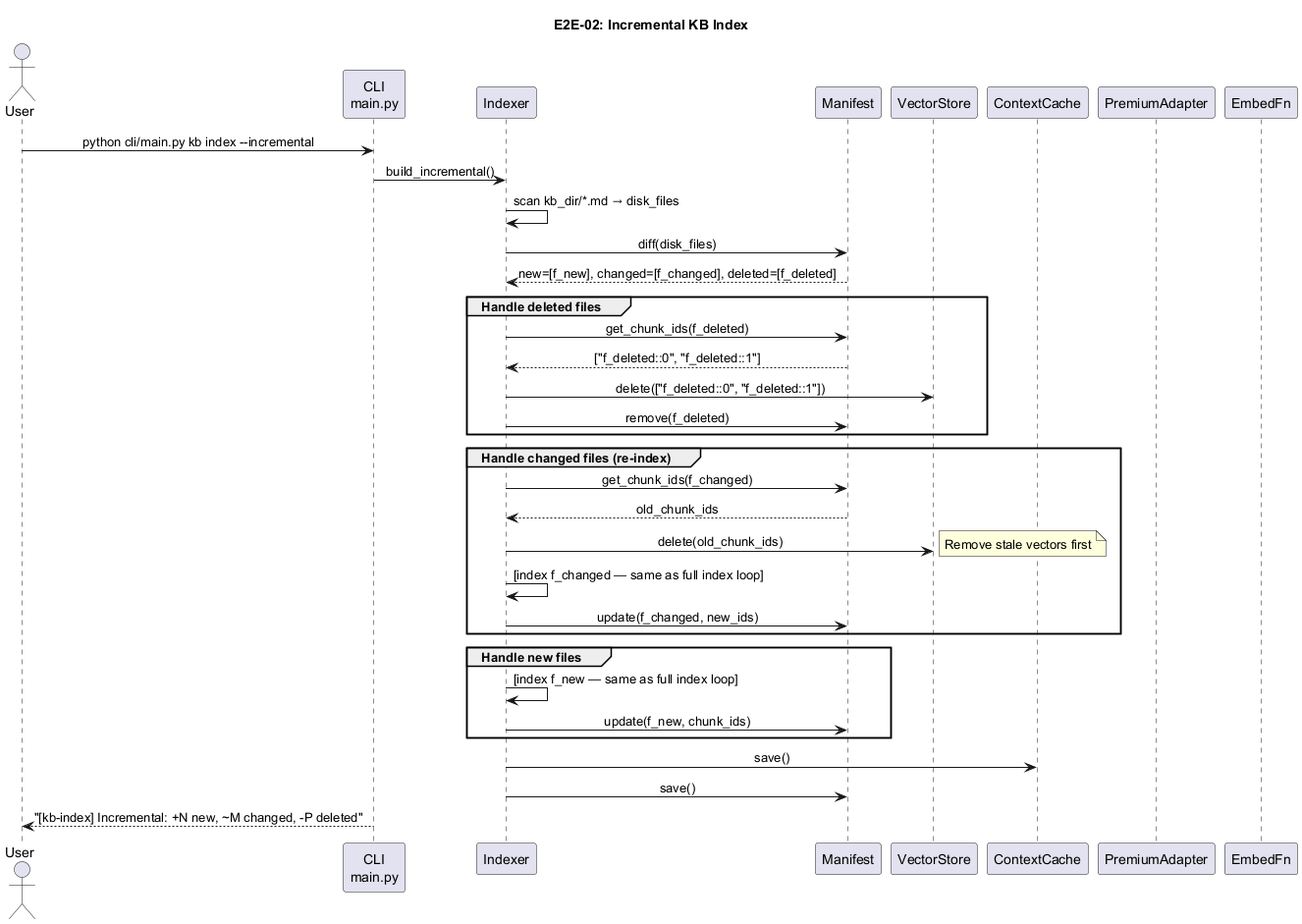
Above: docs/specs/modules/e2e-02-incremental-index.png in mailtocsprasad/ai-kb-quiz (PlantUML), before the change. Source of this version:
```plantuml
@startuml e2e-02-incremental-index
skinparam sequenceMessageAlign center
title E2E-02: Incremental KB Index

actor User
participant "CLI\nmain.py" as CLI
participant "Indexer" as IDX
participant "Manifest" as MAN
participant "VectorStore" as VS
participant "ContextCache" as CC
participant "PremiumAdapter" as PREM
participant "EmbedFn" as EMB

User -> CLI : python cli/main.py kb index --incremental

CLI -> IDX : build_incremental()

IDX -> IDX : scan kb_dir/*.md → disk_files
IDX -> MAN : diff(disk_files)
MAN --> IDX : new=[f_new], changed=[f_changed], deleted=[f_deleted]

group Handle deleted files
  IDX -> MAN : get_chunk_ids(f_deleted)
  MAN --> IDX : ["f_deleted::0", "f_deleted::1"]
  IDX -> VS : delete(["f_deleted::0", "f_deleted::1"])
  IDX -> MAN : remove(f_deleted)
end

group Handle changed files (re-index)
  IDX -> MAN : get_chunk_ids(f_changed)
  MAN --> IDX : old_chunk_ids
  IDX -> VS : delete(old_chunk_ids)
  note right : Remove stale vectors first
  IDX -> IDX : [index f_changed — same as full index loop]
  IDX -> MAN : update(f_changed, new_ids)
end

group Handle new files
  IDX -> IDX : [index f_new — same as full index loop]
  IDX -> MAN : update(f_new, chunk_ids)
end

IDX -> CC : save()
IDX -> MAN : save()

CLI --> User : "[kb-index] Incremental: +N new, ~M changed, -P deleted"

@enduml
```
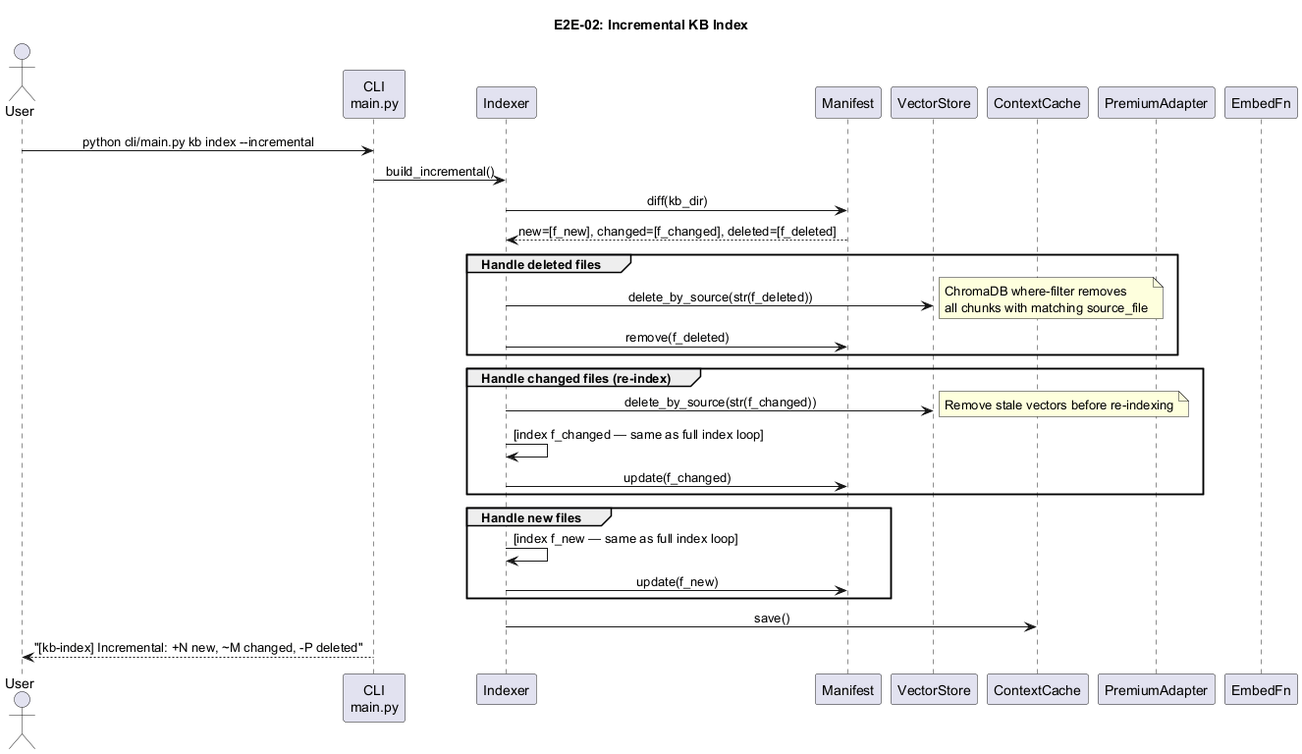
After the change.

Change to the diagram source:
```diff
@@ -15,33 +15,28 @@
 
 CLI -> IDX : build_incremental()
 
-IDX -> IDX : scan kb_dir/*.md → disk_files
-IDX -> MAN : diff(disk_files)
+IDX -> MAN : diff(kb_dir)
 MAN --> IDX : new=[f_new], changed=[f_changed], deleted=[f_deleted]
 
 group Handle deleted files
-  IDX -> MAN : get_chunk_ids(f_deleted)
-  MAN --> IDX : ["f_deleted::0", "f_deleted::1"]
-  IDX -> VS : delete(["f_deleted::0", "f_deleted::1"])
+  IDX -> VS : delete_by_source(str(f_deleted))
+  note right : ChromaDB where-filter removes\nall chunks with matching source_file
   IDX -> MAN : remove(f_deleted)
 end
 
 group Handle changed files (re-index)
-  IDX -> MAN : get_chunk_ids(f_changed)
-  MAN --> IDX : old_chunk_ids
-  IDX -> VS : delete(old_chunk_ids)
-  note right : Remove stale vectors first
+  IDX -> VS : delete_by_source(str(f_changed))
+  note right : Remove stale vectors before re-indexing
   IDX -> IDX : [index f_changed — same as full index loop]
-  IDX -> MAN : update(f_changed, new_ids)
+  IDX -> MAN : update(f_changed)
 end
 
 group Handle new files
   IDX -> IDX : [index f_new — same as full index loop]
-  IDX -> MAN : update(f_new, chunk_ids)
+  IDX -> MAN : update(f_new)
 end
 
 IDX -> CC : save()
-IDX -> MAN : save()
 
 CLI --> User : "[kb-index] Incremental: +N new, ~M changed, -P deleted"
 
```
